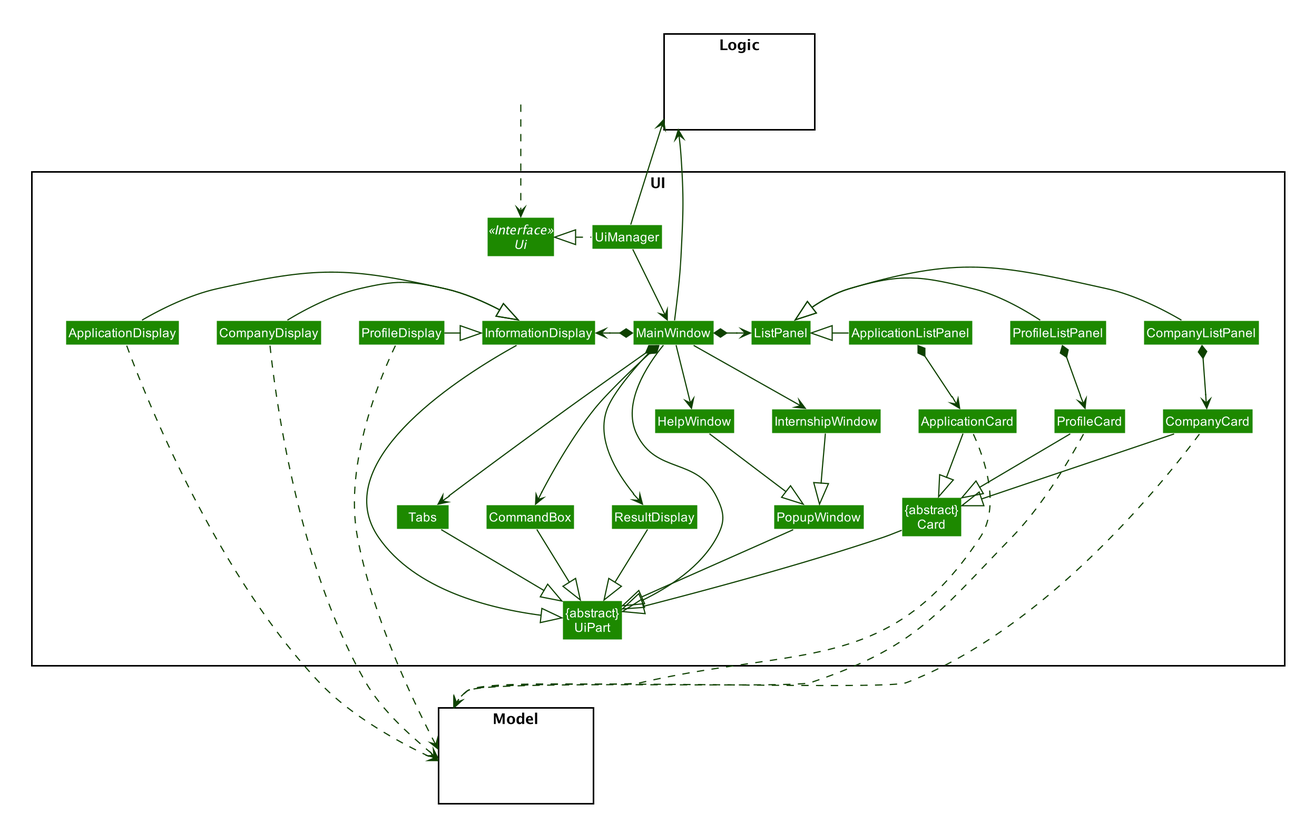
This is docs/images/UiClassDiagram.png from shawn-nyk/tp, a PlantUML export, as it was before one commit.
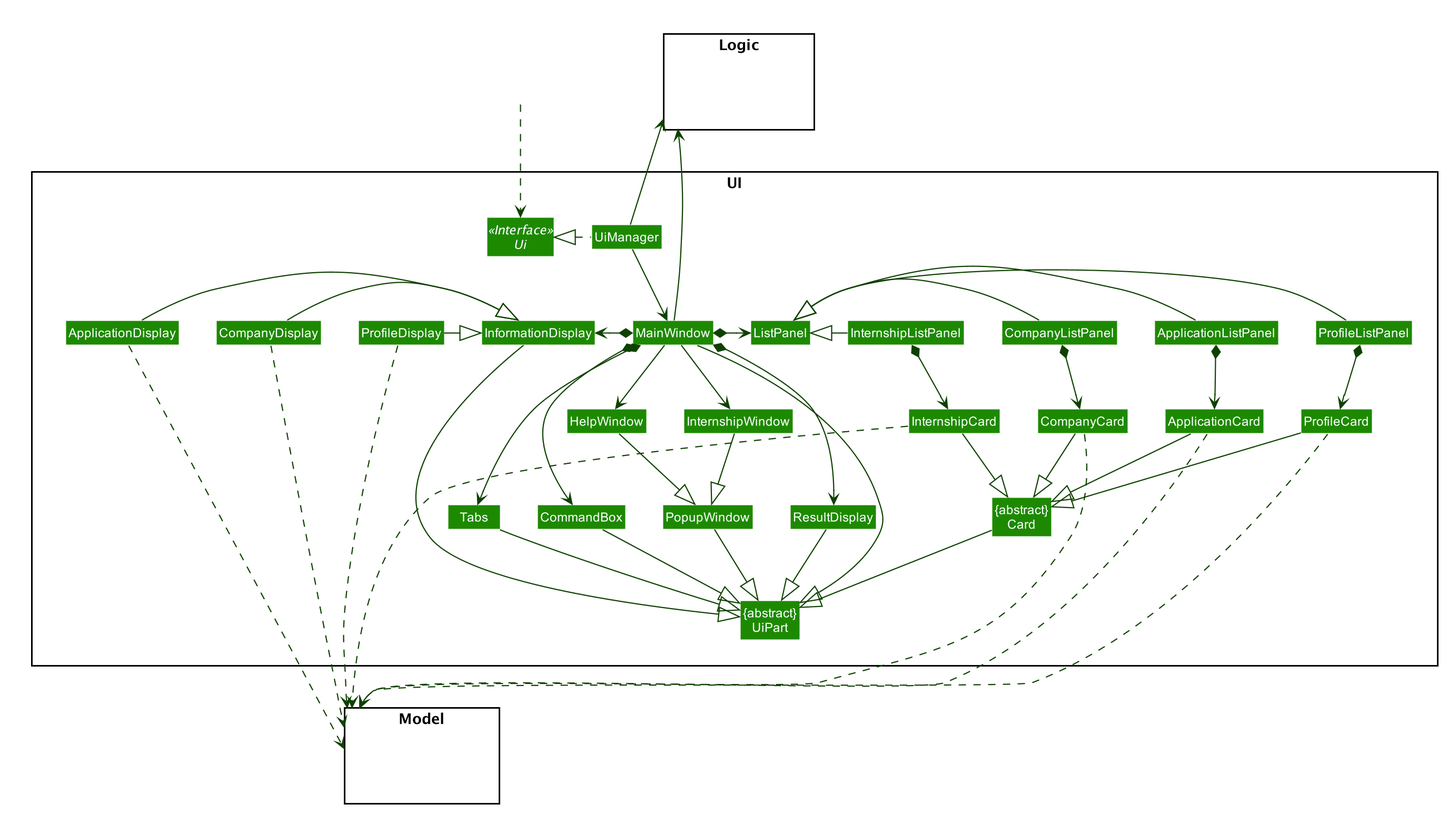
Above is the later version.

Commit message:
update ui class diagram

What changed in the source:
```diff
@@ -72,6 +72,7 @@
 class CompanyCard
 class ApplicationCard
 class ProfileCard
+class InternshipCard
 
 class CompanyDisplay
 class ApplicationDisplay
@@ -80,6 +81,7 @@
 class ApplicationListPanel
 class CompanyListPanel
 class ProfileListPanel
+class InternshipListPanel
 }
 
 hide members
@@ -112,18 +114,20 @@
 CompanyDisplay -left-|> InformationDisplay
 ProfileDisplay -left-|> InformationDisplay
 
-
 ApplicationListPanel -left-|> ListPanel
 CompanyListPanel -left-|> ListPanel
 ProfileListPanel -left-|> ListPanel
+InternshipListPanel -left-|> ListPanel
 
 ApplicationListPanel *--> ApplicationCard
 CompanyListPanel *--> CompanyCard
 ProfileListPanel *--> ProfileCard
+InternshipListPanel *--> InternshipCard
 
 ApplicationCard --|> Card
 CompanyCard --|> Card
 ProfileCard --|> Card
+InternshipCard --|> Card
 
 HelpWindow --|> PopupWindow
 InternshipWindow --|> PopupWindow
@@ -132,17 +136,22 @@
 PopupWindow -down-|> UiPart
 ResultDisplay -down-|> UiPart
 MainWindow -down-|> UiPart
+MainWindow -[hidden]-|> UiPart
 CommandBox -down-|> UiPart
 Tabs -down-|> UiPart
 InformationDisplay -down-|> UiPart
 
-
 ApplicationCard ..>Model
 ProfileCard ..> Model
 CompanyCard ..> Model
+
+InternshipCard .[hidden].> UiPart
+InternshipCard ..> Model
+
 ApplicationDisplay ..> Model
 CompanyDisplay ..> Model
 ProfileDisplay ..> Model
+
 UiPart .[hidden].> Model
 
 @enduml
```
